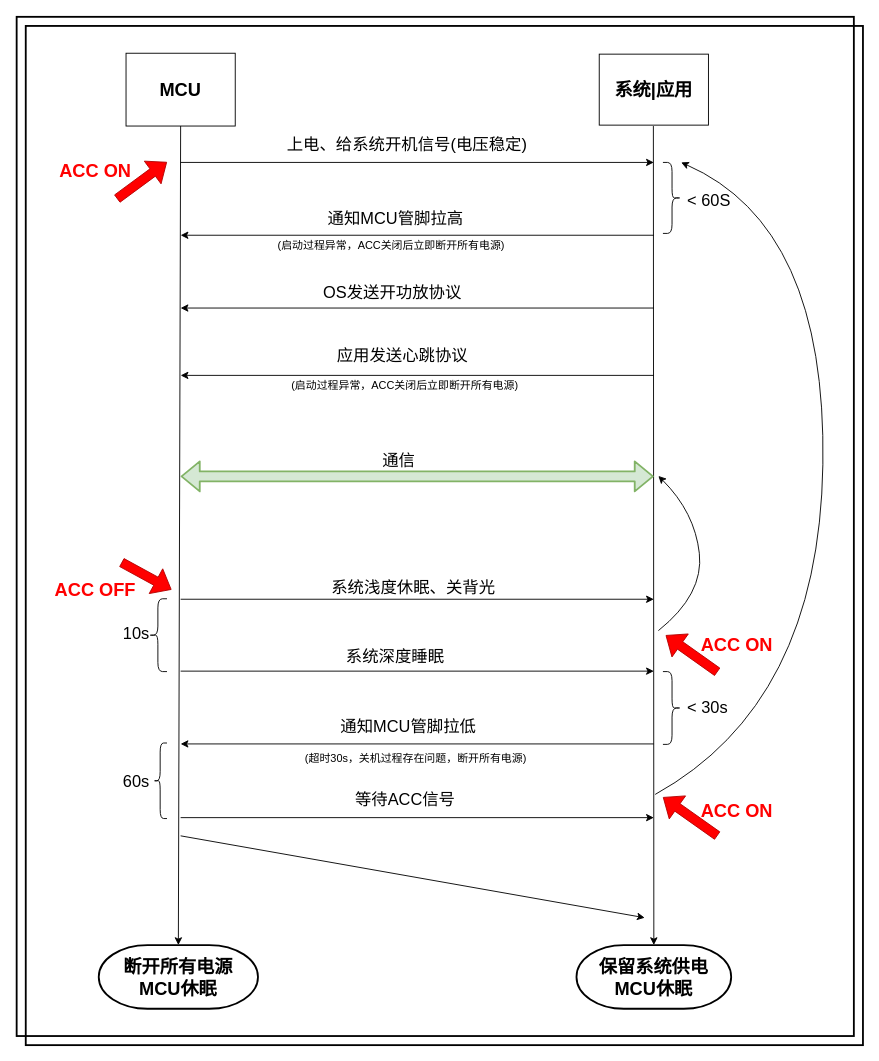
This is 011_电源逻辑.drawio from yintianlan/My_Picture, a draw.io file, before an edit. Source tidied: cells renumbered, new cells numbered last; positions are measured from the earlier drawing's top-left corner, leaving out a move shared by most shapes. Both pictures are drawn from the tidied source at 91%, with x=0, y=0 at pixel (16, 16).
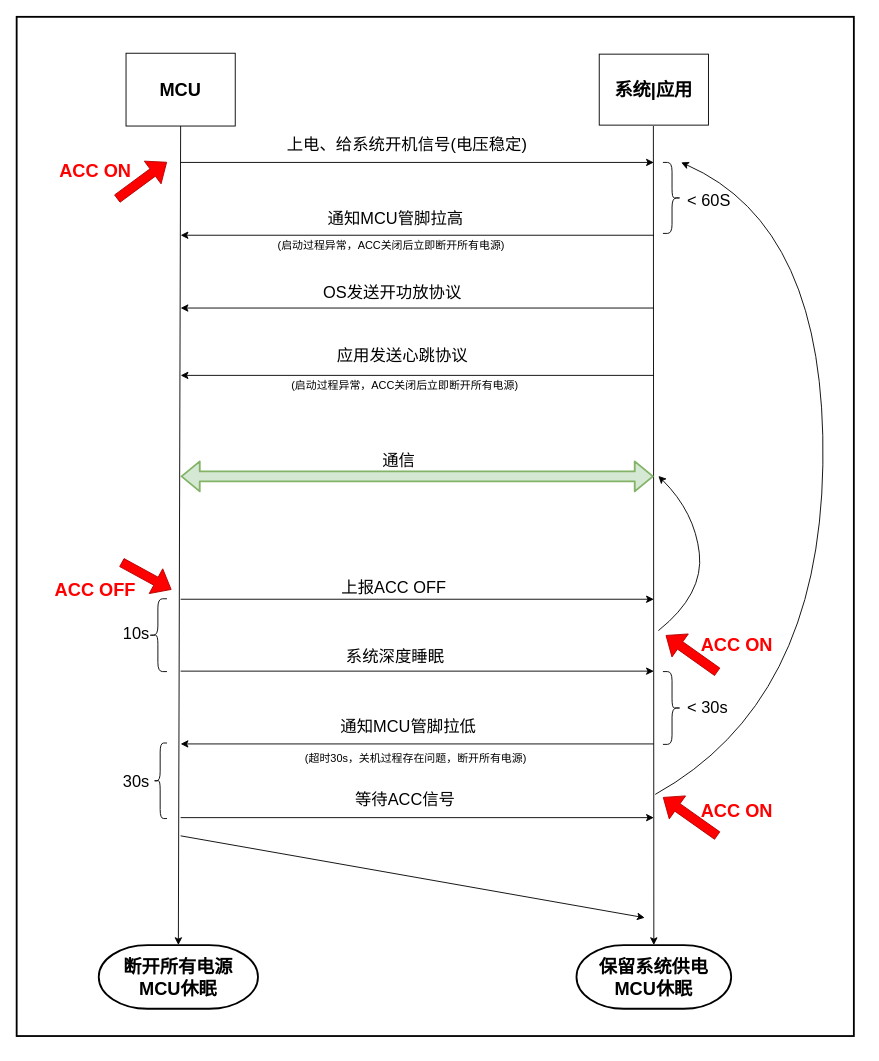
Above is the later version.

Change to the diagram source:
```diff
@@
-    <mxCell id="27" value="&lt;font style=&quot;font-size: 18px&quot;&gt;系统浅度休眠、关背光&lt;/font&gt;" style="text;html=1;align=left;verticalAlign=top;spacingTop=-4;" parent="1" vertex="1">
-      <mxGeometry x="344" y="614.5" width="200" height="20" as="geometry" />
+    <mxCell id="27" value="&lt;font style=&quot;font-size: 18px&quot;&gt;上报ACC OFF&lt;/font&gt;" style="text;html=1;align=left;verticalAlign=top;spacingTop=-4;" parent="1" vertex="1">
+      <mxGeometry x="355" y="614.5" width="130" height="20" as="geometry" />
     </mxCell>
@@
-    <mxCell id="38" value="&lt;font style=&quot;font-size: 18px&quot;&gt;60s&lt;/font&gt;" style="text;html=1;align=left;verticalAlign=top;spacingTop=-4;" parent="1" vertex="1">
+    <mxCell id="38" value="&lt;font style=&quot;font-size: 18px&quot;&gt;30s&lt;/font&gt;" style="text;html=1;align=left;verticalAlign=top;spacingTop=-4;" parent="1" vertex="1">
       <mxGeometry x="115" y="827.5" width="40" height="20" as="geometry" />
     </mxCell>
@@
-    <mxCell id="49" style="rounded=0;whiteSpace=wrap;html=1;strokeWidth=2;fillColor=none;" parent="1" vertex="1">
-      <mxGeometry x="9.8" y="10" width="920" height="1120" as="geometry" />
-    </mxCell>
```
